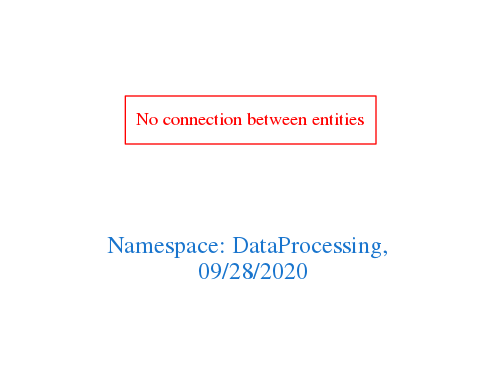
Earlier version of the Graphviz export downloads/DataProcessing.png (arago/OGIT). Its source is kept beside it as downloads/DataProcessing.dot.
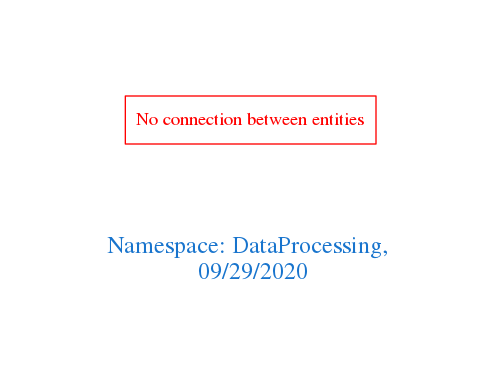
Above is the later version.

What changed in the source:
```diff
@@ -1,7 +1,7 @@
 digraph OGIT_ontology {
  graph [ rankdir= LR,pad=1
 fontsize = 18,
-fontcolor= dodgerblue3,label = "\n\n\nNamespace: DataProcessing, \n 09/28/2020"];
+fontcolor= dodgerblue3,label = "\n\n\nNamespace: DataProcessing, \n 09/29/2020"];
 node[shape=polygon];
 edge [  color="gray81"];
 
```
